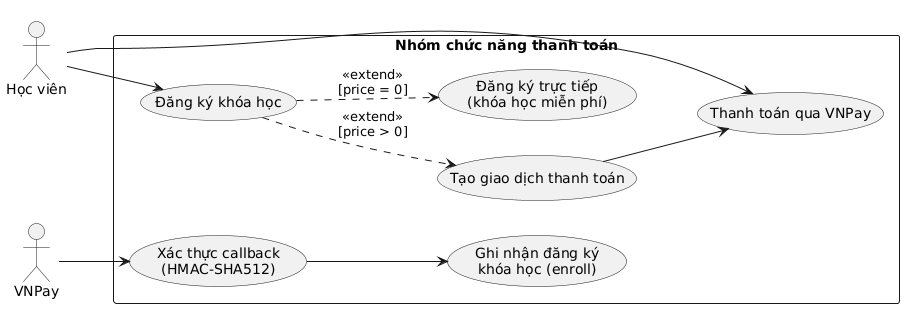
The PlantUML diagram BaoCaoDATN/Hinhve/usecase-thanhtoan.png in anybody1234/DATN1, before a commit. The source it was exported from:
```plantuml
@startuml
left to right direction
skinparam packageStyle rectangle

actor "Học viên" as HV
actor "VNPay" as VNP

rectangle "Nhóm chức năng thanh toán" {
  usecase "Đăng ký khóa học" as UC1
  usecase "Đăng ký trực tiếp\n(khóa học miễn phí)" as UC2
  usecase "Tạo giao dịch thanh toán" as UC3
  usecase "Thanh toán qua VNPay" as UC4
  usecase "Xác thực callback\n(HMAC-SHA512)" as UC5
  usecase "Ghi nhận đăng ký\nkhóa học (enroll)" as UC6
}

HV --> UC1
UC1 ..> UC2 : <<extend>>\n[price = 0]
UC1 ..> UC3 : <<extend>>\n[price > 0]
HV --> UC4
UC3 --> UC4
VNP --> UC5
UC5 --> UC6
@enduml
```
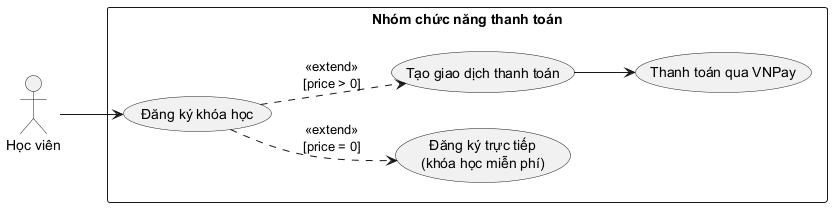
Above is the later version.

What changed in the source:
```diff
@@ -1,24 +1,18 @@
-@startuml
+@startuml usecase-thanhtoan
 left to right direction
 skinparam packageStyle rectangle
 
 actor "Học viên" as HV
-actor "VNPay" as VNP
 
 rectangle "Nhóm chức năng thanh toán" {
   usecase "Đăng ký khóa học" as UC1
   usecase "Đăng ký trực tiếp\n(khóa học miễn phí)" as UC2
   usecase "Tạo giao dịch thanh toán" as UC3
   usecase "Thanh toán qua VNPay" as UC4
-  usecase "Xác thực callback\n(HMAC-SHA512)" as UC5
-  usecase "Ghi nhận đăng ký\nkhóa học (enroll)" as UC6
 }
 
 HV --> UC1
+UC1 ..> UC3 : <<extend>>\n[price > 0]
 UC1 ..> UC2 : <<extend>>\n[price = 0]
-UC1 ..> UC3 : <<extend>>\n[price > 0]
-HV --> UC4
 UC3 --> UC4
-VNP --> UC5
-UC5 --> UC6
 @enduml
```
